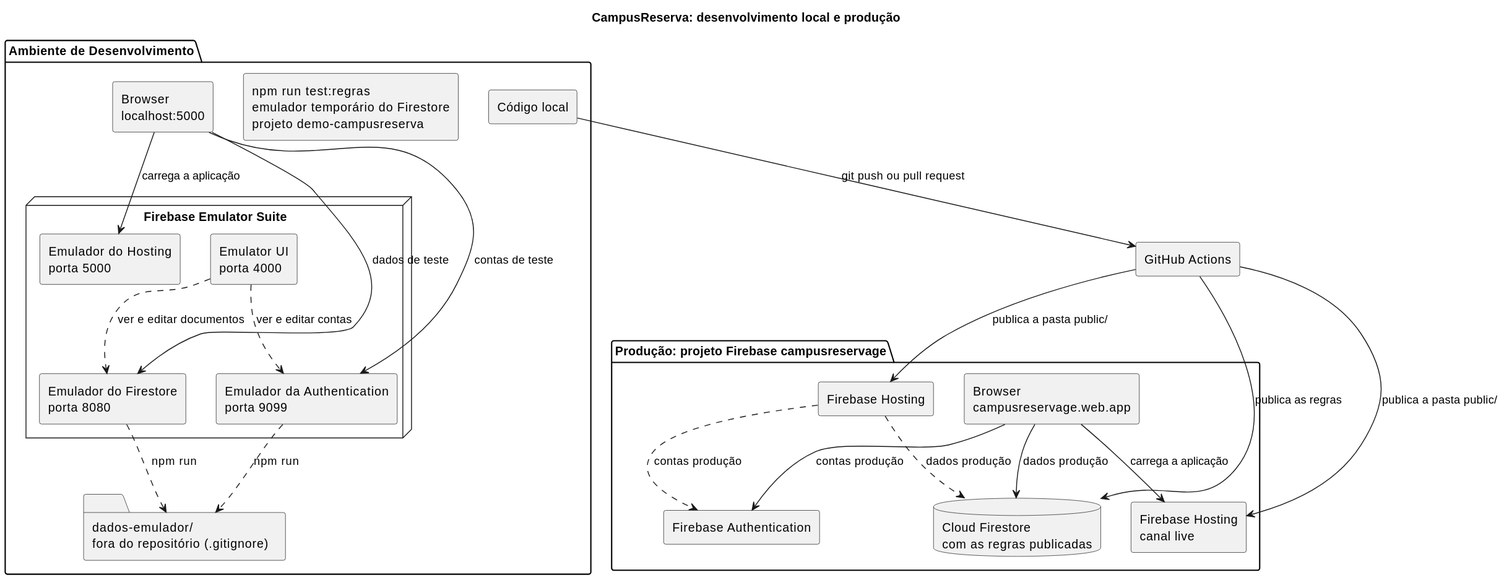
diogofcpereira/CampusReserva keeps this PlantUML diagram as docs/imagens/ambientes.svg. Above is the earlier version. The source it was exported from:
```plantuml
@startuml
title CampusReserva: desenvolvimento local e produção

skinparam monochrome true
skinparam shadowing false
skinparam componentStyle rectangle

package "Ambiente de Desenvolvimento" as dev {
  component "Browser\nlocalhost:5000" as bdev

  node "Firebase Emulator Suite" as emu {
    component "Emulador do Hosting\nporta 5000" as ehost
    component "Emulador da Authentication\nporta 9099" as eauth
    component "Emulador do Firestore\nporta 8080" as efs
    component "Emulator UI\nporta 4000" as eui
  }

  folder "dados-emulador/\nfora do repositório (.gitignore)" as dados
  component "npm run test:regras\nemulador temporário do Firestore\nprojeto demo-campusreserva" as testes
  component "Código local" as codigo
}

component "GitHub Actions" as ci

package "Produção: projeto Firebase campusreservage" as prod {
  component "Browser\ncampusreservage.web.app" as bprod
  component "Firebase Hosting\ncanal live" as phost
  component "Firebase Hosting" as pprev
  component "Firebase Authentication" as pauth
  database "Cloud Firestore\ncom as regras publicadas" as pfs
}

bdev --> ehost : carrega a aplicação
bdev --> eauth : contas de teste
bdev --> efs : dados de teste
eui ..> eauth : ver e editar contas
eui ..> efs : ver e editar documentos
eauth ..> dados : npm run
efs ..> dados : npm run

bprod --> phost : carrega a aplicação
bprod --> pauth : contas produção
bprod --> pfs : dados produção
pprev ..> pauth : contas produção
pprev ..> pfs : dados produção

codigo --> ci : git push ou pull request
ci --> pfs : publica as regras
ci --> phost : publica a pasta public/
ci --> pprev : publica a pasta public/
@enduml
```
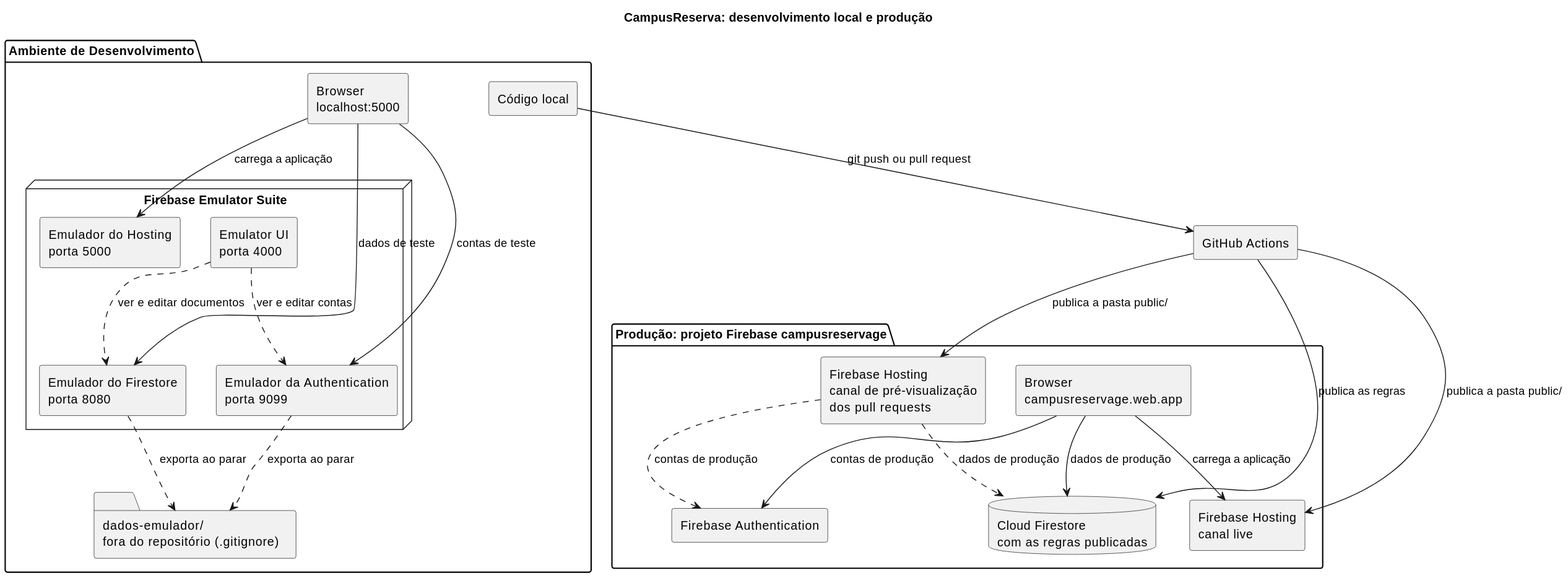
Later version of the same file.

What changed in the source:
```diff
@@ -16,7 +16,6 @@
   }
 
   folder "dados-emulador/\nfora do repositório (.gitignore)" as dados
-  component "npm run test:regras\nemulador temporário do Firestore\nprojeto demo-campusreserva" as testes
   component "Código local" as codigo
 }
 
@@ -25,7 +24,7 @@
 package "Produção: projeto Firebase campusreservage" as prod {
   component "Browser\ncampusreservage.web.app" as bprod
   component "Firebase Hosting\ncanal live" as phost
-  component "Firebase Hosting" as pprev
+  component "Firebase Hosting\ncanal de pré-visualização\ndos pull requests" as pprev
   component "Firebase Authentication" as pauth
   database "Cloud Firestore\ncom as regras publicadas" as pfs
 }
@@ -35,14 +34,14 @@
 bdev --> efs : dados de teste
 eui ..> eauth : ver e editar contas
 eui ..> efs : ver e editar documentos
-eauth ..> dados : npm run
-efs ..> dados : npm run
+eauth ..> dados : exporta ao parar
+efs ..> dados : exporta ao parar
 
 bprod --> phost : carrega a aplicação
-bprod --> pauth : contas produção
-bprod --> pfs : dados produção
-pprev ..> pauth : contas produção
-pprev ..> pfs : dados produção
+bprod --> pauth : contas de produção
+bprod --> pfs : dados de produção
+pprev ..> pauth : contas de produção
+pprev ..> pfs : dados de produção
 
 codigo --> ci : git push ou pull request
 ci --> pfs : publica as regras
```
